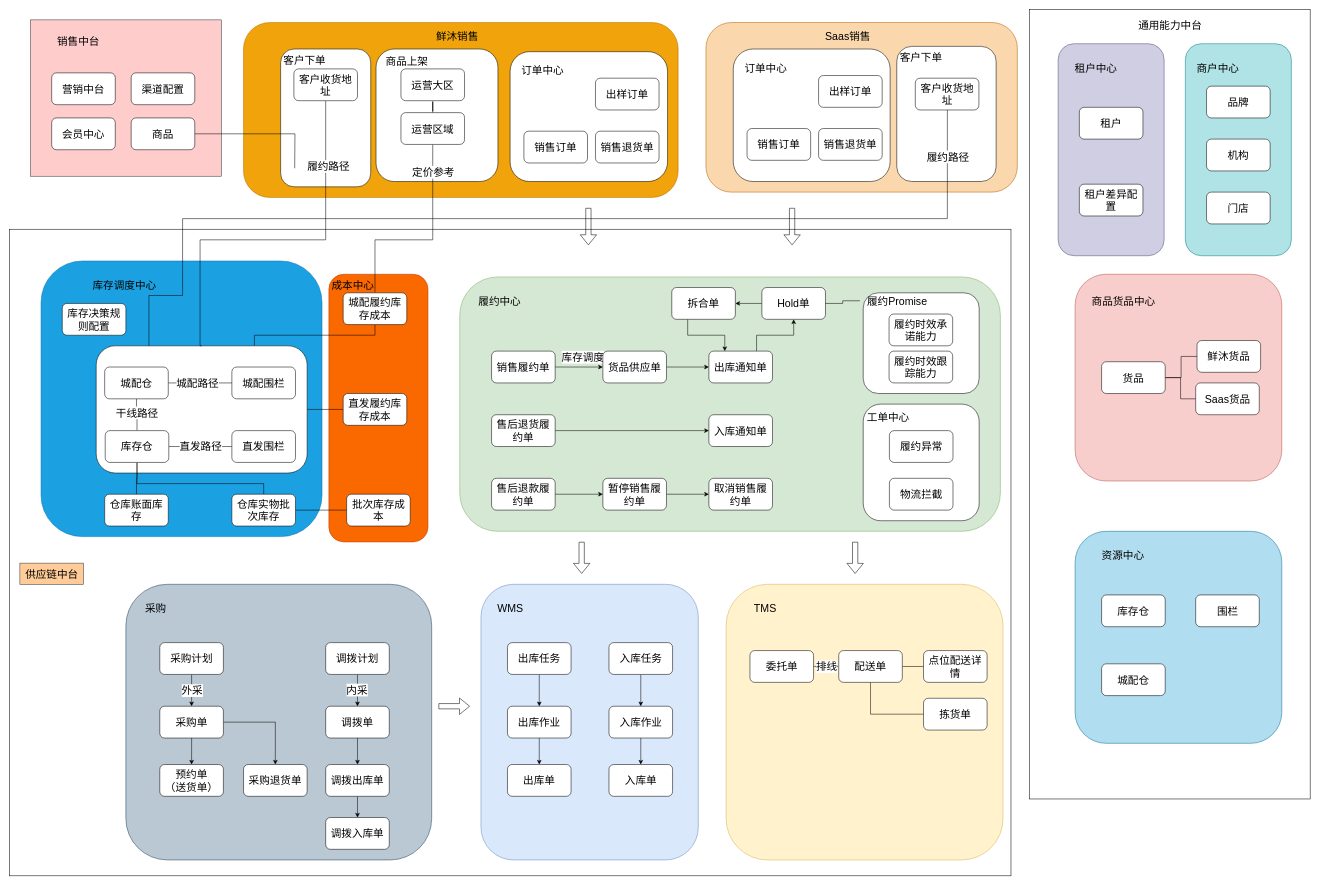
The draw.io diagram draw.io/全渠道供应技术方案.drawio in zzqfsy/zzqfsy.github.io, before the edit. Source tidied: cells renumbered, new cells numbered last; positions are measured from the earlier drawing's top-left corner, leaving out a move shared by most shapes. Both pictures are drawn from the tidied source at 53%, with x=0, y=0 at pixel (9, 9).
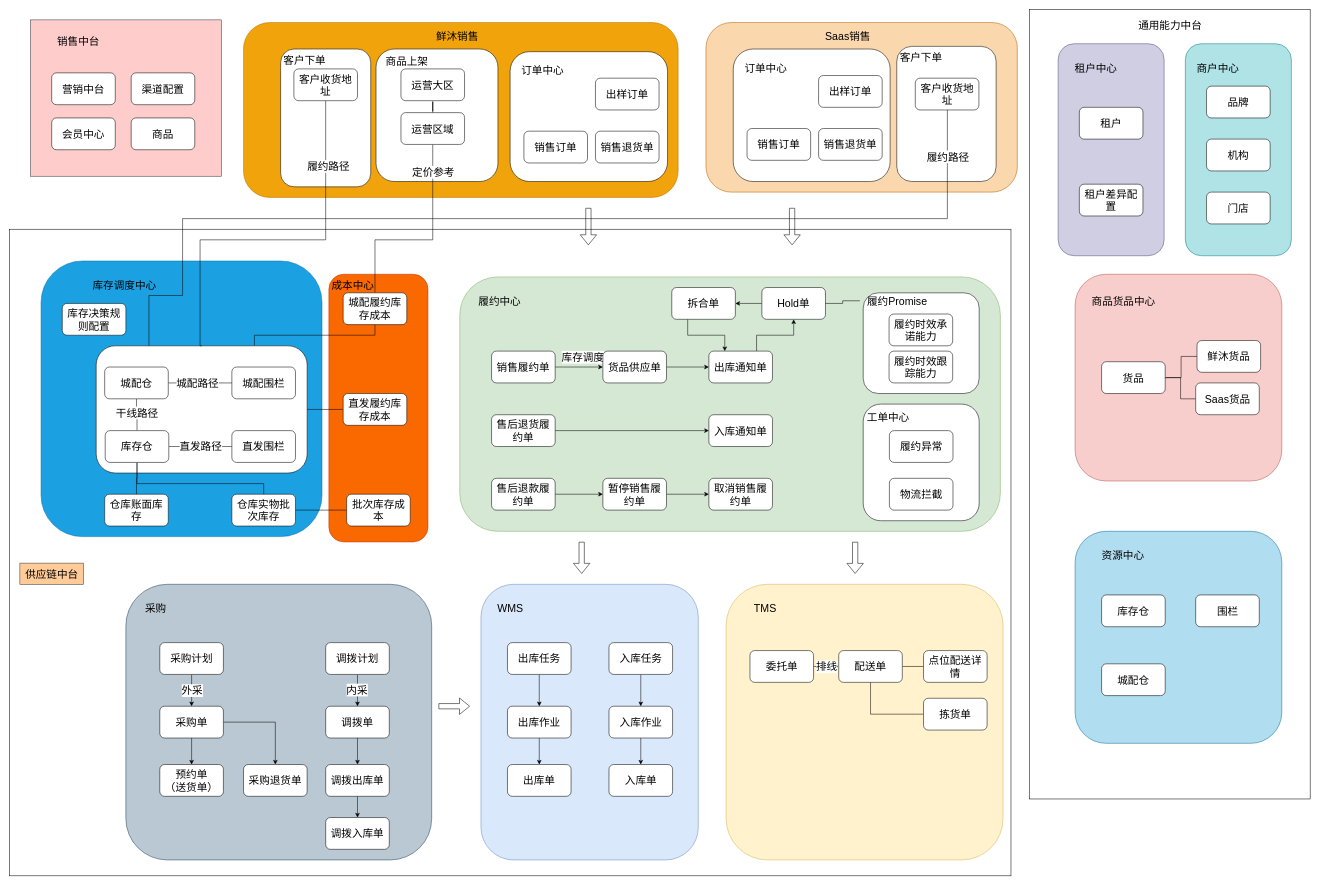
Above is the later version.

Commit message:
更新全渠道供应技术方案.drawio

The change refers to these unchanged cells:
```xml
<mxCell id="47" value="商品" style="rounded=1;whiteSpace=wrap;html=1;fontSize=20;" parent="1" vertex="1">
  <mxGeometry x="230" y="205" width="120" height="60" as="geometry" />
</mxCell>
```

Diff of the diagram source:
```diff
@@
-    <mxCell id="46" style="edgeStyle=orthogonalEdgeStyle;rounded=0;jettySize=auto;html=1;exitX=1;exitY=0.5;exitDx=0;exitDy=0;entryX=0;entryY=0.5;entryDx=0;entryDy=0;endArrow=none;endFill=0;fontSize=20;" parent="1" edge="1" source="47">
-      <mxGeometry relative="1" as="geometry">
-        <mxPoint x="538.5" y="300" as="targetPoint" />
-      </mxGeometry>
-    </mxCell>
```
